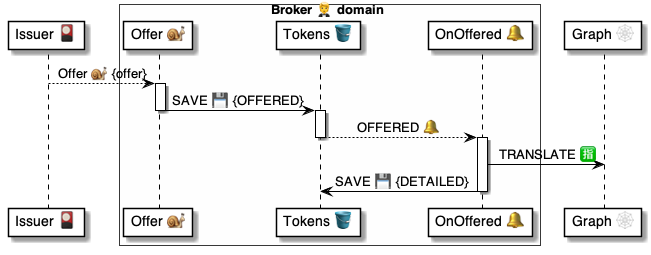
The PlantUML diagram 4 ⚙️ Solution/20 🧑‍🦰 UI/Brokers 🤵/🤵🪣 Broker tables/Tokens 🎫 table/🪣🔔 1 Offered/🤵 OnTokenOffered ⚙️ uml.png in pollyweb-org/pollyweb-docs, before a commit. Its source is kept beside it as 4 ⚙️ Solution/20 🧑‍🦰 UI/Brokers 🤵/🤵🪣 Broker tables/Tokens 🎫 table/🪣🔔 1 Offered/🤵 OnTokenOffered ⚙️ uml.puml.
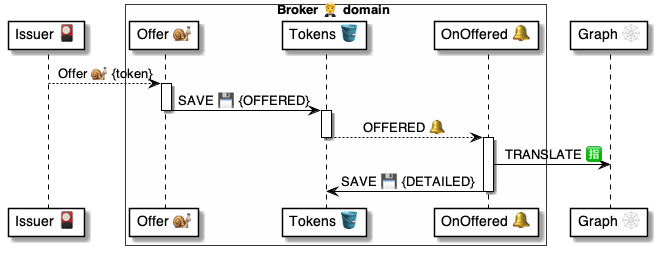
Above is the later version.

The edit, as a diff of the source:
```diff
@@ -9,7 +9,7 @@
 participant "Graph 🕸" as graph
 
 
-issuer --> script: Offer 🐌 {offer}
+issuer --> script: Offer 🐌 {token}
 
 activate script
     script -> tokens: SAVE 💾 {OFFERED}
```
